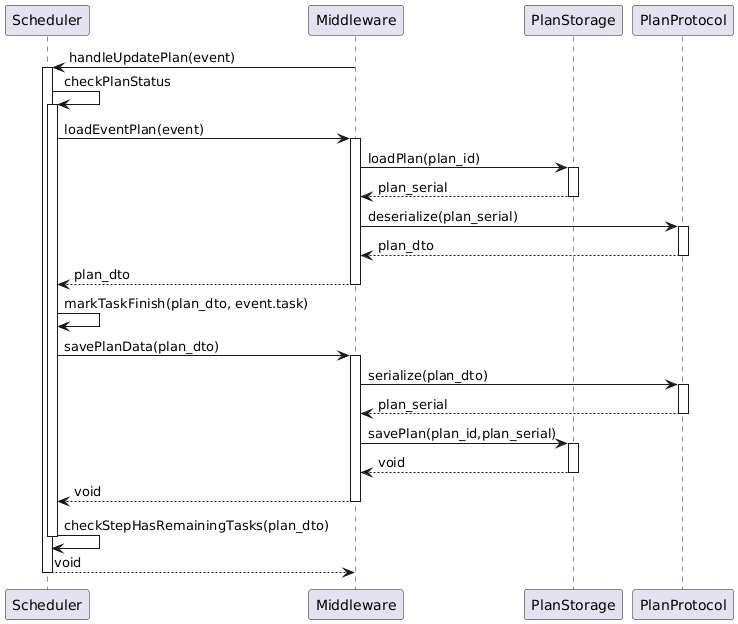
Earlier version of the PlantUML export src/img/sched_check.png (SebastianVintonuke/TA050-TP-Design). The source it was exported from:
```plantuml
@startuml
participant Scheduler
participant Middleware
participant PlanStorage
participant PlanProtocol


Middleware->Scheduler: handleUpdatePlan(event)
activate Scheduler
Scheduler->Scheduler: checkPlanStatus
activate Scheduler

Scheduler->Middleware: loadEventPlan(event)
activate Middleware

Middleware -> PlanStorage : loadPlan(plan_id)
activate PlanStorage
PlanStorage --> Middleware: plan_serial
deactivate PlanStorage

Middleware -> PlanProtocol : deserialize(plan_serial)
activate PlanProtocol
PlanProtocol-->Middleware: plan_dto
deactivate PlanProtocol

Middleware-->Scheduler: plan_dto
deactivate Middleware

Scheduler -> Scheduler: markTaskFinish(plan_dto, event.task)


Scheduler->Middleware: savePlanData(plan_dto)
activate Middleware

Middleware -> PlanProtocol : serialize(plan_dto)
activate PlanProtocol
PlanProtocol--> Middleware: plan_serial
deactivate PlanProtocol

Middleware -> PlanStorage : savePlan(plan_id,plan_serial)
activate PlanStorage
PlanStorage --> Middleware: void
deactivate PlanStorage
Middleware --> Scheduler: void
deactivate Middleware

Scheduler->Scheduler: checkStepHasRemainingTasks(plan_dto)
deactivate Scheduler
Scheduler -->Middleware: void

deactivate Scheduler
@enduml
```
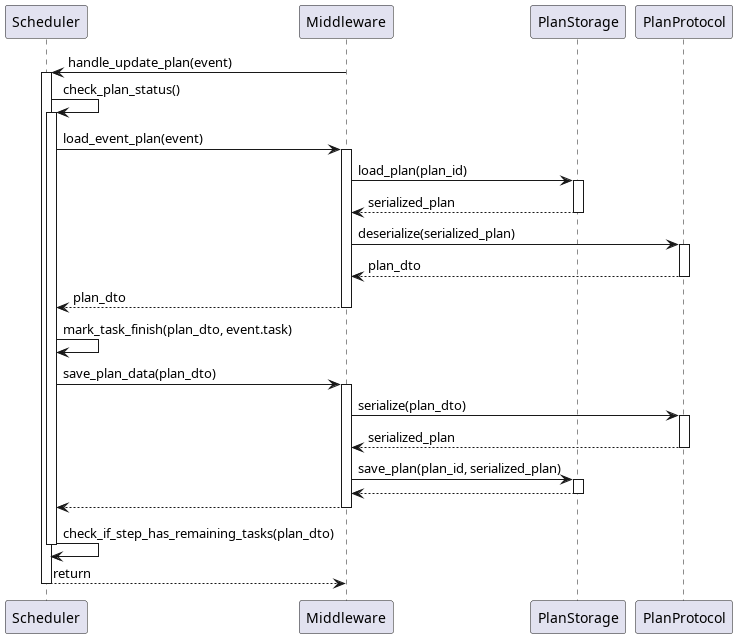
After the change.

What changed in the source:
```diff
@@ -1,24 +1,25 @@
 @startuml
+
 participant Scheduler
 participant Middleware
 participant PlanStorage
 participant PlanProtocol
 
 
-Middleware->Scheduler: handleUpdatePlan(event)
+Middleware->Scheduler: handle_update_plan(event)
 activate Scheduler
-Scheduler->Scheduler: checkPlanStatus
+Scheduler->Scheduler: check_plan_status()
 activate Scheduler
 
-Scheduler->Middleware: loadEventPlan(event)
+Scheduler->Middleware: load_event_plan(event)
 activate Middleware
 
-Middleware -> PlanStorage : loadPlan(plan_id)
+Middleware -> PlanStorage : load_plan(plan_id)
 activate PlanStorage
-PlanStorage --> Middleware: plan_serial
+PlanStorage --> Middleware: serialized_plan
 deactivate PlanStorage
 
-Middleware -> PlanProtocol : deserialize(plan_serial)
+Middleware -> PlanProtocol : deserialize(serialized_plan)
 activate PlanProtocol
 PlanProtocol-->Middleware: plan_dto
 deactivate PlanProtocol
@@ -26,27 +27,28 @@
 Middleware-->Scheduler: plan_dto
 deactivate Middleware
 
-Scheduler -> Scheduler: markTaskFinish(plan_dto, event.task)
+Scheduler -> Scheduler: mark_task_finish(plan_dto, event.task)
 
 
-Scheduler->Middleware: savePlanData(plan_dto)
+Scheduler->Middleware: save_plan_data(plan_dto)
 activate Middleware
 
 Middleware -> PlanProtocol : serialize(plan_dto)
 activate PlanProtocol
-PlanProtocol--> Middleware: plan_serial
+PlanProtocol--> Middleware: serialized_plan
 deactivate PlanProtocol
 
-Middleware -> PlanStorage : savePlan(plan_id,plan_serial)
+Middleware -> PlanStorage : save_plan(plan_id, serialized_plan)
 activate PlanStorage
-PlanStorage --> Middleware: void
+PlanStorage --> Middleware:
 deactivate PlanStorage
-Middleware --> Scheduler: void
+Middleware --> Scheduler:
 deactivate Middleware
 
-Scheduler->Scheduler: checkStepHasRemainingTasks(plan_dto)
+Scheduler->Scheduler: check_if_step_has_remaining_tasks(plan_dto)
 deactivate Scheduler
-Scheduler -->Middleware: void
+Scheduler -->Middleware: return
 
 deactivate Scheduler
+
 @enduml
```
